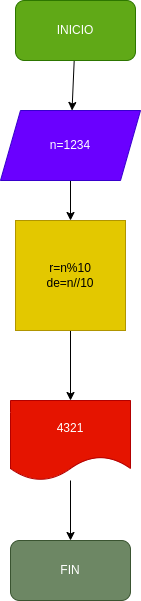
Above: diagrama.png in lizethcifuentes/invertir_numero_4digitos (draw.io), before the change. Source tidied: cells renumbered, new cells last; positions are measured from the earlier drawing's top-left corner, leaving out a move shared by most shapes.
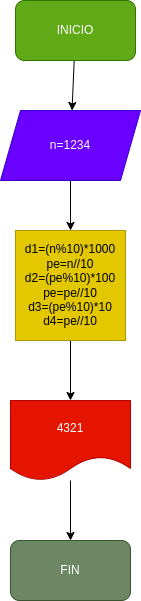
After the change.

Commit message:
se agrego diagrama

Diff of the diagram source:
```diff
@@ -17,8 +17,8 @@
     <mxCell id="6" style="edgeStyle=none;html=1;" parent="1" edge="1" source="7" target="9">
       <mxGeometry relative="1" as="geometry" />
     </mxCell>
-    <mxCell id="7" value="r=n%10&lt;br&gt;de=n//10" style="whiteSpace=wrap;html=1;fillColor=#e3c800;fontColor=#000000;strokeColor=#B09500;" parent="1" vertex="1">
-      <mxGeometry x="15" y="220" width="110" height="110" as="geometry" />
+    <mxCell id="7" value="d1=(n%10)*1000&lt;br&gt;pe=n//10&lt;br&gt;d2=(pe%10)*100&lt;br&gt;pe=pe//10&lt;br&gt;d3=(pe%10)*10&lt;br&gt;d4=pe//10" style="whiteSpace=wrap;html=1;fillColor=#e3c800;fontColor=#000000;strokeColor=#B09500;" parent="1" vertex="1">
+      <mxGeometry x="15" y="230" width="110" height="110" as="geometry" />
     </mxCell>
     <mxCell id="8" style="edgeStyle=none;html=1;" parent="1" edge="1" source="9" target="10">
       <mxGeometry relative="1" as="geometry" />
```
